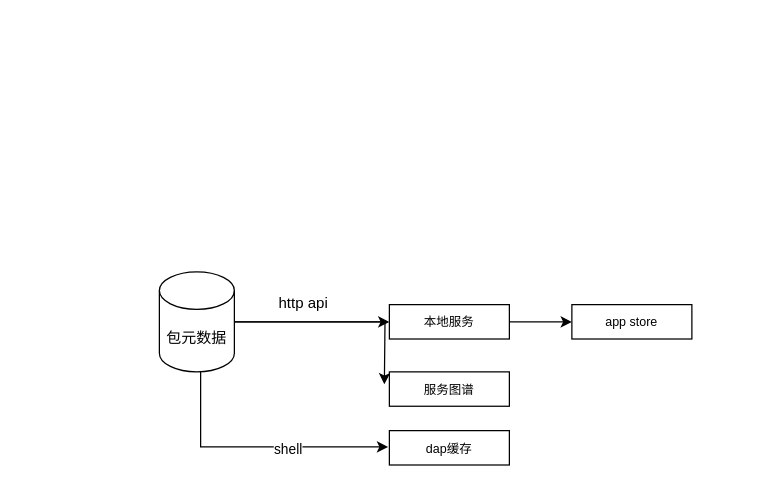
xiaohanzhang1/draw keeps this draw.io diagram as 111.drawio. Above is the earlier version. Source tidied: cells renumbered, new cells numbered last; positions are measured from the earlier drawing's top-left corner, leaving out a move shared by most shapes. Both pictures are drawn from the tidied source at 125%, with x=0, y=0 at pixel (159, 271).
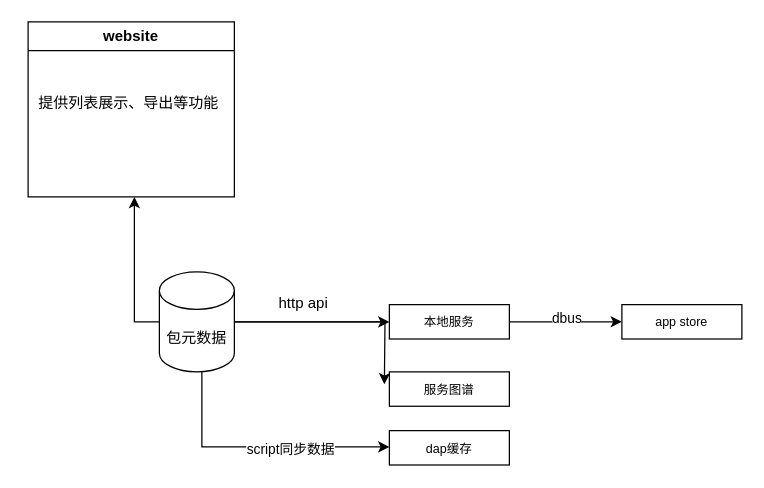
The same page after the edit.

The change refers to these unchanged cells:
```xml
<mxCell id="6" value="包元数据" style="shape=cylinder3;whiteSpace=wrap;html=1;boundedLbl=1;backgroundOutline=1;size=15;" parent="1" vertex="1">
  <mxGeometry width="60" height="80" as="geometry" />
</mxCell>
<mxCell id="8" value="&lt;span style=&quot;font-size: 10px;&quot;&gt;本地服务&lt;/span&gt;" style="whiteSpace=wrap;html=1;" parent="1" vertex="1">
  <mxGeometry x="184" y="26.2" width="96" height="27.5" as="geometry" />
</mxCell>
```

Diff of the diagram source:
```diff
@@
+    <mxCell id="13" style="edgeStyle=orthogonalEdgeStyle;rounded=0;jettySize=auto;html=1;" parent="1" edge="1" source="6">
+      <mxGeometry relative="1" as="geometry">
+        <mxPoint x="-20" y="-60" as="targetPoint" />
+      </mxGeometry>
+    </mxCell>
     <mxCell id="4" style="edgeStyle=orthogonalEdgeStyle;rounded=0;orthogonalLoop=1;jettySize=auto;html=1;" parent="1" edge="1">
       <mxGeometry relative="1" as="geometry">
-        <mxPoint x="33" y="80" as="sourcePoint" />
-        <mxPoint x="183" y="140" as="targetPoint" />
+        <mxPoint x="34" y="80" as="sourcePoint" />
+        <mxPoint x="184" y="140" as="targetPoint" />
         <Array as="points">
-          <mxPoint x="33" y="140" />
+          <mxPoint x="34" y="140" />
         </Array>
       </mxGeometry>
     </mxCell>
-    <mxCell id="5" value="shell" style="edgeLabel;html=1;align=center;verticalAlign=middle;" parent="4" vertex="1">
-      <mxGeometry x="0.23" y="-1" relative="1" as="geometry" />
+    <mxCell id="5" value="script同步数据" style="edgeLabel;html=1;align=center;verticalAlign=middle;" parent="4" vertex="1">
+      <mxGeometry x="0.23" y="-1" relative="1" as="geometry">
+        <mxPoint x="1" as="offset" />
+      </mxGeometry>
     </mxCell>
@@
-    <mxCell id="7" style="edgeStyle=orthogonalEdgeStyle;rounded=0;jettySize=auto;html=1;" parent="1" edge="1" source="8">
-      <mxGeometry relative="1" as="geometry">
-        <mxPoint x="330" y="40" as="targetPoint" />
-      </mxGeometry>
+    <mxCell id="7" style="edgeStyle=orthogonalEdgeStyle;rounded=0;jettySize=auto;html=1;entryX=0;entryY=0.5;entryDx=0;entryDy=0;" parent="1" edge="1" source="8" target="10">
+      <mxGeometry relative="1" as="geometry" />
     </mxCell>
+    <mxCell id="14" value="dbus" style="edgeLabel;html=1;align=center;verticalAlign=middle;" parent="7" vertex="1">
+      <mxGeometry x="0.03" y="3" relative="1" as="geometry" />
+    </mxCell>
@@
     <mxCell id="10" value="&lt;span style=&quot;font-size: 10px;&quot;&gt;app store&lt;/span&gt;" style="whiteSpace=wrap;html=1;" parent="1" vertex="1">
-      <mxGeometry x="330" y="26.2" width="96" height="27.5" as="geometry" />
+      <mxGeometry x="370" y="26.2" width="96" height="27.5" as="geometry" />
     </mxCell>
@@
+    <mxCell id="15" value="website" style="swimlane;whiteSpace=wrap;html=1;" parent="1" vertex="1">
+      <mxGeometry x="-105" y="-200" width="165" height="140" as="geometry" />
+    </mxCell>
+    <mxCell id="16" value="提供列表展示、导出等功能" style="text;html=1;align=center;verticalAlign=middle;strokeColor=none;fillColor=none;" parent="15" vertex="1">
+      <mxGeometry x="-5" y="50" width="170" height="30" as="geometry" />
+    </mxCell>
```
